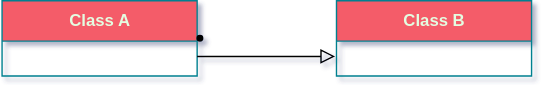
Earlier version of the draw.io export uml/img/fanhua.svg (fanyixuanf/rhca). Source tidied: cells renumbered, new cells last; positions are measured from the earlier drawing's top-left corner, leaving out a move shared by most shapes.
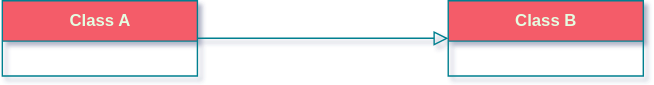
The same diagram one commit later.

Diff of the diagram source:
```diff
@@ -2,20 +2,19 @@
   <root>
     <mxCell id="0" />
     <mxCell id="1" parent="0" />
-    <mxCell id="2" value="Class A" style="swimlane;fontStyle=1;align=center;verticalAlign=middle;horizontal=1;startSize=29;html=1;fillColor=#F45B69;strokeColor=#028090;fontColor=#E4FDE1;" parent="1" vertex="1">
-      <mxGeometry width="140" height="54" as="geometry" />
+    <mxCell id="2" value="Class A" style="swimlane;fontStyle=1;align=center;verticalAlign=middle;horizontal=1;startSize=29;html=1;rounded=0;sketch=0;fontColor=#E4FDE1;strokeColor=#028090;fillColor=#F45B69;" parent="1" vertex="1">
+      <mxGeometry x="-111" width="140" height="54" as="geometry" />
     </mxCell>
-    <mxCell id="3" value="Class B" style="swimlane;fontStyle=1;align=center;verticalAlign=middle;horizontal=1;startSize=29;html=1;fillColor=#F45B69;strokeColor=#028090;fontColor=#E4FDE1;" parent="1" vertex="1">
-      <mxGeometry x="240" width="140" height="54" as="geometry" />
+    <mxCell id="3" value="Class B" style="swimlane;fontStyle=1;align=center;verticalAlign=middle;horizontal=1;startSize=29;html=1;rounded=0;sketch=0;fontColor=#E4FDE1;strokeColor=#028090;fillColor=#F45B69;" parent="1" vertex="1">
+      <mxGeometry x="209" width="140" height="54" as="geometry" />
     </mxCell>
-    <mxCell id="4" style="ellipse;html=1;fillColor=#000000;" parent="1" vertex="1">
-      <mxGeometry x="140" y="25" width="4" height="4" as="geometry" />
-    </mxCell>
-    <mxCell id="5" style="endArrow=block;html=1;rounded=0;align=center;verticalAlign=bottom;endFill=0;labelBackgroundColor=none;endSize=8;" parent="1" edge="1">
-      <mxGeometry relative="1" as="geometry">
-        <mxPoint x="140" y="40" as="sourcePoint" />
-        <mxPoint x="239" y="40" as="targetPoint" />
-      </mxGeometry>
-    </mxCell>
+    <mxCell id="6" style="endArrow=block;html=1;rounded=0;align=center;verticalAlign=bottom;endFill=0;labelBackgroundColor=none;endSize=8;sketch=0;fontColor=#E4FDE1;strokeColor=#028090;fillColor=#F45B69;curved=0;entryX=0;entryY=0.5;entryDx=0;entryDy=0;" parent="1" edge="1" target="3">
+      <mxGeometry relative="1" as="geometry">
+        <mxPoint x="29" y="27" as="sourcePoint" />
+      </mxGeometry>
+    </mxCell>
+    <mxCell id="7" style="html=1;align=center;verticalAlign=top;labelBackgroundColor=none;rounded=0;sketch=0;fontColor=#E4FDE1;strokeColor=#028090;fillColor=#F45B69;" parent="6" vertex="1">
+      <mxGeometry relative="1" as="geometry" />
+    </mxCell>
   </root>
 </mxGraphModel>
```
